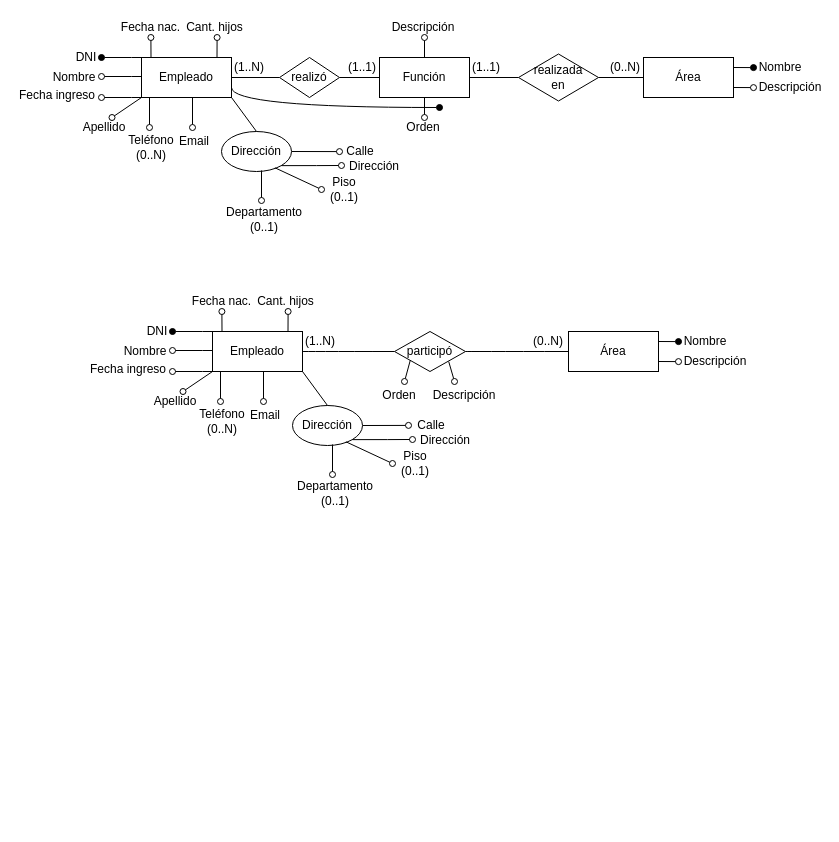
Before: page "Ejercicio 5" (5 of 9) of Práctica 1/Diagramas.drawio in joakospinelli/DBD, a draw.io diagram. Source tidied: cells renumbered, new cells numbered last; positions are measured from the earlier drawing's top-left corner, leaving out a move shared by most shapes. Both pictures are drawn from the tidied source at 100%, with x=0, y=0 at pixel (17, 17).
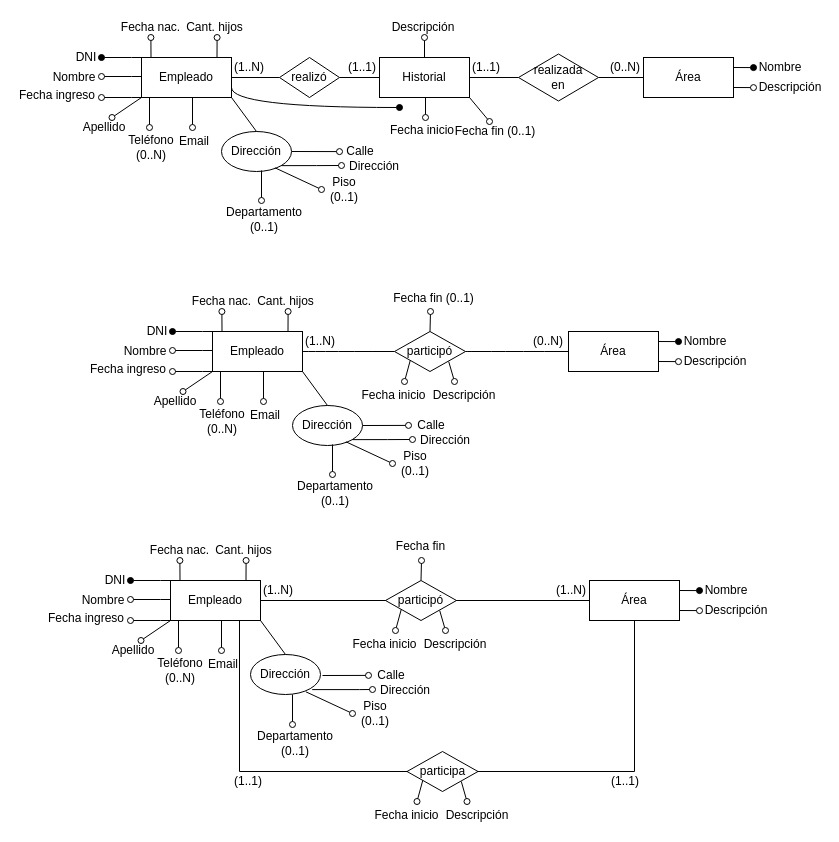
The same diagram, later.

The change refers to these unchanged cells:
```xml
<mxCell id="9" value="Empleado" style="rounded=0;whiteSpace=wrap;html=1;" parent="1" vertex="1">
  <mxGeometry x="124" y="40" width="90" height="40" as="geometry" />
</mxCell>
<mxCell id="86" value="participó" style="rhombus;whiteSpace=wrap;html=1;" parent="1" vertex="1">
  <mxGeometry x="377" y="314" width="71" height="40" as="geometry" />
</mxCell>
```

Change to the diagram source:
```diff
@@
-    <mxCell id="36" style="edgeStyle=none;rounded=0;jettySize=auto;html=1;exitX=0.5;exitY=1;exitDx=0;exitDy=0;endArrow=oval;endFill=0;" parent="1" edge="1" source="37">
+    <mxCell id="36" style="edgeStyle=none;rounded=0;orthogonalLoop=1;jettySize=auto;html=1;exitX=0.5;exitY=1;exitDx=0;exitDy=0;endArrow=oval;endFill=0;" parent="1" edge="1">
       <mxGeometry relative="1" as="geometry">
-        <mxPoint x="407" y="100" as="targetPoint" />
+        <mxPoint x="408" y="80" as="sourcePoint" />
+        <mxPoint x="408" y="100" as="targetPoint" />
       </mxGeometry>
     </mxCell>
+    <mxCell id="91" style="rounded=0;jettySize=auto;html=1;exitX=1;exitY=1;exitDx=0;exitDy=0;endArrow=oval;endFill=0;" parent="1" edge="1" source="37">
+      <mxGeometry relative="1" as="geometry">
+        <mxPoint x="472" y="104" as="targetPoint" />
+      </mxGeometry>
+    </mxCell>
-    <mxCell id="37" value="Función" style="rounded=0;whiteSpace=wrap;html=1;" parent="1" vertex="1">
+    <mxCell id="37" value="Historial" style="rounded=0;whiteSpace=wrap;html=1;" parent="1" vertex="1">
       <mxGeometry x="362" y="40" width="90" height="40" as="geometry" />
     </mxCell>
@@
-    <mxCell id="48" value="Orden" style="text;html=1;strokeColor=none;fillColor=none;align=center;verticalAlign=middle;whiteSpace=wrap;rounded=0;" parent="1" vertex="1">
-      <mxGeometry x="391" y="100" width="30" height="20" as="geometry" />
+    <mxCell id="48" value="Fecha inicio" style="text;html=1;strokeColor=none;fillColor=none;align=center;verticalAlign=middle;whiteSpace=wrap;rounded=0;" parent="1" vertex="1">
+      <mxGeometry x="367" y="103" width="76" height="20" as="geometry" />
     </mxCell>
     <mxCell id="49" style="endArrow=none;html=1;rounded=0;edgeStyle=orthogonalEdgeStyle;curved=1;startArrow=oval;startFill=1;entryX=1;entryY=0.75;entryDx=0;entryDy=0;" parent="1" edge="1" target="9">
       <mxGeometry relative="1" as="geometry">
-        <mxPoint x="422" y="90" as="sourcePoint" />
+        <mxPoint x="382" y="90" as="sourcePoint" />
         <Array as="points">
           <mxPoint x="214" y="90" />
         </Array>
       </mxGeometry>
     </mxCell>
@@
+    <mxCell id="92" style="edgeStyle=none;rounded=0;jettySize=auto;html=1;exitX=0.5;exitY=0;exitDx=0;exitDy=0;endArrow=oval;endFill=0;" parent="1" edge="1" source="86">
+      <mxGeometry relative="1" as="geometry">
+        <mxPoint x="413" y="294" as="targetPoint" />
+      </mxGeometry>
+    </mxCell>
@@
-    <mxCell id="87" value="Orden" style="text;html=1;strokeColor=none;fillColor=none;align=center;verticalAlign=middle;whiteSpace=wrap;rounded=0;" parent="1" vertex="1">
-      <mxGeometry x="367" y="368" width="30" height="20" as="geometry" />
+    <mxCell id="87" value="Fecha inicio" style="text;html=1;strokeColor=none;fillColor=none;align=center;verticalAlign=middle;whiteSpace=wrap;rounded=0;" parent="1" vertex="1">
+      <mxGeometry x="339" y="368" width="75" height="20" as="geometry" />
     </mxCell>
@@
+    <mxCell id="93" value="Fecha fin (0..1)" style="text;html=1;strokeColor=none;fillColor=none;align=center;verticalAlign=middle;whiteSpace=wrap;rounded=0;" parent="1" vertex="1">
+      <mxGeometry x="432" y="104" width="92" height="20" as="geometry" />
+    </mxCell>
+    <mxCell id="94" value="Fecha fin (0..1)" style="text;html=1;strokeColor=none;fillColor=none;align=center;verticalAlign=middle;whiteSpace=wrap;rounded=0;" parent="1" vertex="1">
+      <mxGeometry x="367" y="271" width="99" height="20" as="geometry" />
+    </mxCell>
+    <mxCell id="95" style="edgeStyle=orthogonalEdgeStyle;rounded=0;jettySize=auto;html=1;entryX=1;entryY=0.5;entryDx=0;entryDy=0;endArrow=oval;endFill=1;" parent="1" edge="1" source="101" target="102">
+      <mxGeometry relative="1" as="geometry">
+        <Array as="points">
+          <mxPoint x="143" y="563" />
+          <mxPoint x="143" y="563" />
+        </Array>
+      </mxGeometry>
+    </mxCell>
+    <mxCell id="96" style="rounded=0;jettySize=auto;html=1;endArrow=oval;endFill=0;entryX=0.75;entryY=0;entryDx=0;entryDy=0;" parent="1" edge="1" target="106">
+      <mxGeometry relative="1" as="geometry">
+        <mxPoint x="153" y="603" as="sourcePoint" />
+      </mxGeometry>
+    </mxCell>
+    <mxCell id="97" style="edgeStyle=none;rounded=0;orthogonalLoop=1;jettySize=auto;html=1;exitX=0.25;exitY=0;exitDx=0;exitDy=0;endArrow=oval;endFill=0;" parent="1" edge="1">
+      <mxGeometry relative="1" as="geometry">
+        <mxPoint x="162.5" y="563" as="sourcePoint" />
+        <mxPoint x="162.4" y="543" as="targetPoint" />
+      </mxGeometry>
+    </mxCell>
+    <mxCell id="98" style="edgeStyle=none;rounded=0;orthogonalLoop=1;jettySize=auto;html=1;exitX=0.75;exitY=0;exitDx=0;exitDy=0;endArrow=oval;endFill=0;" parent="1" edge="1">
+      <mxGeometry relative="1" as="geometry">
+        <mxPoint x="228.5" y="563" as="sourcePoint" />
+        <mxPoint x="228.6" y="543" as="targetPoint" />
+      </mxGeometry>
+    </mxCell>
+    <mxCell id="99" style="edgeStyle=none;rounded=0;jettySize=auto;html=1;exitX=1;exitY=0.5;exitDx=0;exitDy=0;entryX=0;entryY=0.5;entryDx=0;entryDy=0;endArrow=none;endFill=0;" parent="1" edge="1" source="101" target="127">
+      <mxGeometry relative="1" as="geometry" />
+    </mxCell>
+    <mxCell id="100" style="edgeStyle=orthogonalEdgeStyle;rounded=0;jettySize=auto;html=1;exitX=0.75;exitY=1;exitDx=0;exitDy=0;entryX=0.5;entryY=1;entryDx=0;entryDy=0;endArrow=none;endFill=0;" parent="1" edge="1" source="101" target="127">
+      <mxGeometry relative="1" as="geometry">
+        <Array as="points">
+          <mxPoint x="222" y="603" />
+          <mxPoint x="222" y="754" />
+          <mxPoint x="617" y="754" />
+        </Array>
+      </mxGeometry>
+    </mxCell>
+    <mxCell id="101" value="Empleado" style="rounded=0;whiteSpace=wrap;html=1;" parent="1" vertex="1">
+      <mxGeometry x="153" y="563" width="90" height="40" as="geometry" />
+    </mxCell>
+    <mxCell id="102" value="DNI" style="text;html=1;strokeColor=none;fillColor=none;align=center;verticalAlign=middle;whiteSpace=wrap;rounded=0;" parent="1" vertex="1">
+      <mxGeometry x="83" y="553" width="30" height="20" as="geometry" />
+    </mxCell>
+    <mxCell id="103" style="edgeStyle=orthogonalEdgeStyle;rounded=0;orthogonalLoop=1;jettySize=auto;html=1;entryX=1;entryY=0.5;entryDx=0;entryDy=0;endArrow=oval;endFill=0;" parent="1" edge="1">
+      <mxGeometry relative="1" as="geometry">
+        <mxPoint x="153" y="582" as="sourcePoint" />
+        <mxPoint x="113" y="582" as="targetPoint" />
+        <Array as="points">
+          <mxPoint x="143" y="582" />
+          <mxPoint x="143" y="582" />
+        </Array>
+      </mxGeometry>
+    </mxCell>
+    <mxCell id="104" value="Nombre" style="text;html=1;strokeColor=none;fillColor=none;align=center;verticalAlign=middle;whiteSpace=wrap;rounded=0;" parent="1" vertex="1">
+      <mxGeometry x="71" y="573" width="30" height="20" as="geometry" />
+    </mxCell>
+    <mxCell id="105" style="edgeStyle=orthogonalEdgeStyle;rounded=0;orthogonalLoop=1;jettySize=auto;html=1;entryX=1;entryY=0.5;entryDx=0;entryDy=0;endArrow=oval;endFill=0;" parent="1" edge="1">
+      <mxGeometry relative="1" as="geometry">
+        <mxPoint x="153" y="603" as="sourcePoint" />
+        <mxPoint x="113" y="603" as="targetPoint" />
+        <Array as="points">
+          <mxPoint x="143" y="603" />
+          <mxPoint x="143" y="603" />
+        </Array>
+      </mxGeometry>
+    </mxCell>
+    <mxCell id="106" value="Apellido" style="text;html=1;strokeColor=none;fillColor=none;align=center;verticalAlign=middle;whiteSpace=wrap;rounded=0;" parent="1" vertex="1">
+      <mxGeometry x="101" y="623" width="30" height="20" as="geometry" />
+    </mxCell>
+    <mxCell id="107" style="edgeStyle=orthogonalEdgeStyle;rounded=0;orthogonalLoop=1;jettySize=auto;html=1;endArrow=oval;endFill=0;" parent="1" edge="1">
+      <mxGeometry relative="1" as="geometry">
+        <mxPoint x="161" y="603" as="sourcePoint" />
+        <mxPoint x="161" y="633" as="targetPoint" />
+      </mxGeometry>
+    </mxCell>
+    <mxCell id="108" value="Teléfono (0..N)" style="text;html=1;strokeColor=none;fillColor=none;align=center;verticalAlign=middle;whiteSpace=wrap;rounded=0;" parent="1" vertex="1">
+      <mxGeometry x="148" y="643" width="30" height="20" as="geometry" />
+    </mxCell>
+    <mxCell id="109" value="Dirección" style="ellipse;whiteSpace=wrap;html=1;" parent="1" vertex="1">
+      <mxGeometry x="233" y="637" width="70" height="40" as="geometry" />
+    </mxCell>
+    <mxCell id="110" style="endArrow=none;html=1;rounded=0;exitX=0.5;exitY=0;exitDx=0;exitDy=0;entryX=1;entryY=1;entryDx=0;entryDy=0;" parent="1" edge="1" source="109" target="101">
+      <mxGeometry relative="1" as="geometry" />
+    </mxCell>
+    <mxCell id="111" value="Fecha ingreso" style="text;html=1;strokeColor=none;fillColor=none;align=center;verticalAlign=middle;whiteSpace=wrap;rounded=0;" parent="1" vertex="1">
+      <mxGeometry x="29" y="591" width="80" height="20" as="geometry" />
+    </mxCell>
+    <mxCell id="112" style="edgeStyle=orthogonalEdgeStyle;rounded=0;orthogonalLoop=1;jettySize=auto;html=1;endArrow=oval;endFill=0;" parent="1" edge="1">
+      <mxGeometry relative="1" as="geometry">
+        <mxPoint x="204" y="603" as="sourcePoint" />
+        <mxPoint x="204" y="633" as="targetPoint" />
+      </mxGeometry>
+    </mxCell>
+    <mxCell id="113" value="Email" style="text;html=1;strokeColor=none;fillColor=none;align=center;verticalAlign=middle;whiteSpace=wrap;rounded=0;" parent="1" vertex="1">
+      <mxGeometry x="191" y="637" width="30" height="20" as="geometry" />
+    </mxCell>
+    <mxCell id="114" value="Fecha nac." style="text;html=1;strokeColor=none;fillColor=none;align=center;verticalAlign=middle;whiteSpace=wrap;rounded=0;" parent="1" vertex="1">
+      <mxGeometry x="131" y="523" width="63" height="20" as="geometry" />
+    </mxCell>
+    <mxCell id="115" value="Cant. hijos" style="text;html=1;strokeColor=none;fillColor=none;align=center;verticalAlign=middle;whiteSpace=wrap;rounded=0;" parent="1" vertex="1">
+      <mxGeometry x="195" y="523" width="63" height="20" as="geometry" />
+    </mxCell>
+    <mxCell id="116" value="(1..N)" style="text;html=1;strokeColor=none;fillColor=none;align=center;verticalAlign=middle;whiteSpace=wrap;rounded=0;" parent="1" vertex="1">
+      <mxGeometry x="246" y="563" width="30" height="20" as="geometry" />
+    </mxCell>
+    <mxCell id="117" style="edgeStyle=none;rounded=0;orthogonalLoop=1;jettySize=auto;html=1;exitX=1;exitY=0.5;exitDx=0;exitDy=0;startArrow=none;startFill=0;endArrow=oval;endFill=0;" parent="1" edge="1">
+      <mxGeometry relative="1" as="geometry">
+        <mxPoint x="305" y="658" as="sourcePoint" />
+        <mxPoint x="351" y="657.9" as="targetPoint" />
+      </mxGeometry>
+    </mxCell>
+    <mxCell id="118" value="Calle" style="text;html=1;strokeColor=none;fillColor=none;align=center;verticalAlign=middle;whiteSpace=wrap;rounded=0;" parent="1" vertex="1">
+      <mxGeometry x="359" y="648" width="30" height="20" as="geometry" />
+    </mxCell>
+    <mxCell id="119" style="edgeStyle=orthogonalEdgeStyle;rounded=0;orthogonalLoop=1;jettySize=auto;html=1;endArrow=oval;endFill=0;exitX=1;exitY=1;exitDx=0;exitDy=0;" parent="1" edge="1">
+      <mxGeometry relative="1" as="geometry">
+        <mxPoint x="294.7" y="672.1" as="sourcePoint" />
+        <mxPoint x="355" y="672" as="targetPoint" />
+        <Array as="points">
+          <mxPoint x="342" y="672" />
+          <mxPoint x="342" y="672" />
+        </Array>
+      </mxGeometry>
+    </mxCell>
+    <mxCell id="120" value="Dirección" style="text;html=1;strokeColor=none;fillColor=none;align=center;verticalAlign=middle;whiteSpace=wrap;rounded=0;" parent="1" vertex="1">
+      <mxGeometry x="373" y="663" width="30" height="20" as="geometry" />
+    </mxCell>
+    <mxCell id="121" style="edgeStyle=orthogonalEdgeStyle;rounded=0;orthogonalLoop=1;jettySize=auto;html=1;endArrow=oval;endFill=0;" parent="1" edge="1">
+      <mxGeometry relative="1" as="geometry">
+        <mxPoint x="275" y="677" as="sourcePoint" />
+        <mxPoint x="275" y="707" as="targetPoint" />
+      </mxGeometry>
+    </mxCell>
+    <mxCell id="122" value="Piso&lt;br&gt;(0..1)" style="text;html=1;strokeColor=none;fillColor=none;align=center;verticalAlign=middle;whiteSpace=wrap;rounded=0;" parent="1" vertex="1">
+      <mxGeometry x="343" y="686" width="30" height="20" as="geometry" />
+    </mxCell>
+    <mxCell id="123" value="Departamento&lt;br&gt;(0..1)" style="text;html=1;strokeColor=none;fillColor=none;align=center;verticalAlign=middle;whiteSpace=wrap;rounded=0;" parent="1" vertex="1">
+      <mxGeometry x="263" y="716" width="30" height="20" as="geometry" />
+    </mxCell>
+    <mxCell id="124" style="endArrow=oval;html=1;rounded=0;exitX=0.763;exitY=0.907;exitDx=0;exitDy=0;exitPerimeter=0;endFill=0;" parent="1" edge="1">
+      <mxGeometry relative="1" as="geometry">
+        <mxPoint x="288.4" y="674.3" as="sourcePoint" />
+        <mxPoint x="335" y="696" as="targetPoint" />
+      </mxGeometry>
+    </mxCell>
+    <mxCell id="125" style="edgeStyle=none;rounded=0;jettySize=auto;html=1;exitX=1;exitY=0.25;exitDx=0;exitDy=0;endArrow=oval;endFill=1;" parent="1" edge="1" source="127">
+      <mxGeometry relative="1" as="geometry">
+        <mxPoint x="682" y="573.1" as="targetPoint" />
+      </mxGeometry>
+    </mxCell>
+    <mxCell id="126" style="edgeStyle=none;rounded=0;jettySize=auto;html=1;exitX=1;exitY=0.75;exitDx=0;exitDy=0;endArrow=oval;endFill=0;" parent="1" edge="1" source="127">
+      <mxGeometry relative="1" as="geometry">
+        <mxPoint x="682" y="593.1" as="targetPoint" />
+      </mxGeometry>
+    </mxCell>
+    <mxCell id="127" value="Área" style="rounded=0;whiteSpace=wrap;html=1;" parent="1" vertex="1">
+      <mxGeometry x="572" y="563" width="90" height="40" as="geometry" />
+    </mxCell>
+    <mxCell id="128" value="Nombre" style="text;html=1;strokeColor=none;fillColor=none;align=center;verticalAlign=middle;whiteSpace=wrap;rounded=0;" parent="1" vertex="1">
+      <mxGeometry x="694" y="563" width="30" height="20" as="geometry" />
+    </mxCell>
+    <mxCell id="129" value="Descripción" style="text;html=1;strokeColor=none;fillColor=none;align=center;verticalAlign=middle;whiteSpace=wrap;rounded=0;" parent="1" vertex="1">
+      <mxGeometry x="704" y="583" width="30" height="20" as="geometry" />
+    </mxCell>
+    <mxCell id="130" style="edgeStyle=none;rounded=0;orthogonalLoop=1;jettySize=auto;html=1;exitX=1;exitY=1;exitDx=0;exitDy=0;startArrow=none;startFill=0;endArrow=oval;endFill=0;" parent="1" edge="1">
+      <mxGeometry relative="1" as="geometry">
+        <mxPoint x="422.2" y="593" as="sourcePoint" />
+        <mxPoint x="428" y="613" as="targetPoint" />
+      </mxGeometry>
+    </mxCell>
+    <mxCell id="131" style="edgeStyle=none;rounded=0;orthogonalLoop=1;jettySize=auto;html=1;exitX=0;exitY=1;exitDx=0;exitDy=0;startArrow=none;startFill=0;endArrow=oval;endFill=0;" parent="1" edge="1">
+      <mxGeometry relative="1" as="geometry">
+        <mxPoint x="384" y="591" as="sourcePoint" />
+        <mxPoint x="378" y="613" as="targetPoint" />
+      </mxGeometry>
+    </mxCell>
+    <mxCell id="132" style="edgeStyle=none;rounded=0;jettySize=auto;html=1;exitX=0.5;exitY=0;exitDx=0;exitDy=0;endArrow=oval;endFill=0;" parent="1" edge="1" source="133">
+      <mxGeometry relative="1" as="geometry">
+        <mxPoint x="404" y="543" as="targetPoint" />
+      </mxGeometry>
+    </mxCell>
+    <mxCell id="133" value="participó" style="rhombus;whiteSpace=wrap;html=1;" parent="1" vertex="1">
+      <mxGeometry x="368" y="563" width="71" height="40" as="geometry" />
+    </mxCell>
+    <mxCell id="134" value="Fecha inicio" style="text;html=1;strokeColor=none;fillColor=none;align=center;verticalAlign=middle;whiteSpace=wrap;rounded=0;" parent="1" vertex="1">
+      <mxGeometry x="330" y="617" width="75" height="20" as="geometry" />
+    </mxCell>
+    <mxCell id="135" value="Descripción" style="text;html=1;strokeColor=none;fillColor=none;align=center;verticalAlign=middle;whiteSpace=wrap;rounded=0;" parent="1" vertex="1">
+      <mxGeometry x="423" y="617" width="30" height="20" as="geometry" />
+    </mxCell>
+    <mxCell id="136" value="Fecha fin" style="text;html=1;strokeColor=none;fillColor=none;align=center;verticalAlign=middle;whiteSpace=wrap;rounded=0;" parent="1" vertex="1">
+      <mxGeometry x="354" y="519" width="99" height="20" as="geometry" />
+    </mxCell>
+    <mxCell id="137" style="edgeStyle=none;rounded=0;orthogonalLoop=1;jettySize=auto;html=1;exitX=1;exitY=1;exitDx=0;exitDy=0;startArrow=none;startFill=0;endArrow=oval;endFill=0;" parent="1" edge="1">
+      <mxGeometry relative="1" as="geometry">
+        <mxPoint x="443.8" y="764" as="sourcePoint" />
+        <mxPoint x="449.5" y="784" as="targetPoint" />
+      </mxGeometry>
+    </mxCell>
+    <mxCell id="138" style="edgeStyle=none;rounded=0;orthogonalLoop=1;jettySize=auto;html=1;exitX=0;exitY=1;exitDx=0;exitDy=0;startArrow=none;startFill=0;endArrow=oval;endFill=0;" parent="1" edge="1">
+      <mxGeometry relative="1" as="geometry">
+        <mxPoint x="405.5" y="762" as="sourcePoint" />
+        <mxPoint x="399.5" y="784" as="targetPoint" />
+      </mxGeometry>
+    </mxCell>
+    <mxCell id="139" value="participa" style="rhombus;whiteSpace=wrap;html=1;" parent="1" vertex="1">
+      <mxGeometry x="389.5" y="734" width="71" height="40" as="geometry" />
+    </mxCell>
+    <mxCell id="140" value="Fecha inicio" style="text;html=1;strokeColor=none;fillColor=none;align=center;verticalAlign=middle;whiteSpace=wrap;rounded=0;" parent="1" vertex="1">
+      <mxGeometry x="351.5" y="788" width="75" height="20" as="geometry" />
+    </mxCell>
+    <mxCell id="141" value="Descripción" style="text;html=1;strokeColor=none;fillColor=none;align=center;verticalAlign=middle;whiteSpace=wrap;rounded=0;" parent="1" vertex="1">
+      <mxGeometry x="444.5" y="788" width="30" height="20" as="geometry" />
+    </mxCell>
+    <mxCell id="142" value="(1..N)" style="text;html=1;strokeColor=none;fillColor=none;align=center;verticalAlign=middle;whiteSpace=wrap;rounded=0;" parent="1" vertex="1">
+      <mxGeometry x="539" y="563" width="30" height="20" as="geometry" />
+    </mxCell>
+    <mxCell id="143" value="(1..1)" style="text;html=1;strokeColor=none;fillColor=none;align=center;verticalAlign=middle;whiteSpace=wrap;rounded=0;" parent="1" vertex="1">
+      <mxGeometry x="593" y="754" width="30" height="20" as="geometry" />
+    </mxCell>
+    <mxCell id="144" value="(1..1)" style="text;html=1;strokeColor=none;fillColor=none;align=center;verticalAlign=middle;whiteSpace=wrap;rounded=0;" parent="1" vertex="1">
+      <mxGeometry x="216" y="754" width="30" height="20" as="geometry" />
+    </mxCell>
```
